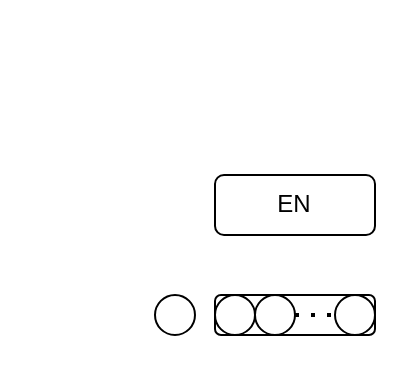
This is Untitled Diagram.drawio from jlinleung/Cheatsheets, a draw.io file, before an edit. Source tidied: cells renumbered, new cells numbered last; positions are measured from the earlier drawing's top-left corner, leaving out a move shared by most shapes. Both pictures are drawn from the tidied source at 200%, with x=0, y=0 at pixel (154, 174). Pictures stored in the file or linked from it are replaced by grey dashed boxes.
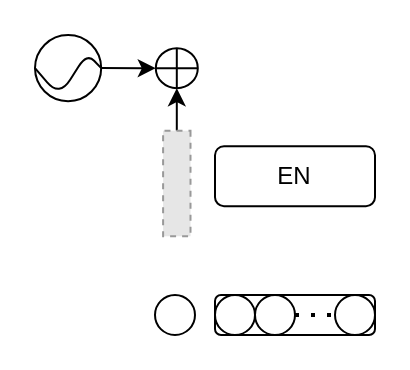
The same page after the edit.

What changed in the source:
```diff
@@
 <mxGraphModel>
   <root>
     <mxCell id="0" />
     <mxCell id="1" parent="0" />
     <mxCell id="2" style="rounded=1;whiteSpace=wrap;html=1;" parent="1" vertex="1">
       <mxGeometry x="30" y="60" width="80" height="20" as="geometry" />
     </mxCell>
     <mxCell id="3" style="ellipse;whiteSpace=wrap;html=1;" parent="1" vertex="1">
       <mxGeometry y="60" width="20" height="20" as="geometry" />
     </mxCell>
     <mxCell id="4" style="ellipse;whiteSpace=wrap;html=1;" parent="1" vertex="1">
       <mxGeometry x="30" y="60" width="20" height="20" as="geometry" />
     </mxCell>
     <mxCell id="5" style="ellipse;whiteSpace=wrap;html=1;" parent="1" vertex="1">
       <mxGeometry x="50" y="60" width="20" height="20" as="geometry" />
     </mxCell>
     <mxCell id="6" style="ellipse;whiteSpace=wrap;html=1;" parent="1" vertex="1">
       <mxGeometry x="90" y="60" width="20" height="20" as="geometry" />
     </mxCell>
     <mxCell id="7" style="endArrow=none;dashed=1;html=1;dashPattern=1 3;strokeWidth=2;exitX=1;exitY=0.5;exitDx=0;exitDy=0;entryX=0;entryY=0.5;entryDx=0;entryDy=0;" parent="1" edge="1" source="5" target="6">
       <mxGeometry relative="1" as="geometry" />
     </mxCell>
     <mxCell id="8" value="EN" style="rounded=1;whiteSpace=wrap;html=1;" parent="1" vertex="1">
-      <mxGeometry x="30" width="80" height="30" as="geometry" />
+      <mxGeometry x="30" y="-14.4" width="80" height="30" as="geometry" />
     </mxCell>
+    <mxCell id="9" style="edgeStyle=orthogonalEdgeStyle;rounded=0;jettySize=auto;html=1;exitX=0;exitY=0.5;exitDx=0;exitDy=0;entryX=0.5;entryY=1;entryDx=0;entryDy=0;" parent="1" edge="1" source="10" target="11">
+      <mxGeometry relative="1" as="geometry" />
+    </mxCell>
+    <mxCell id="10" style="fillColor=#E6E6E6;strokeColor=#999999;dashed=1;verticalLabelPosition=bottom;labelBackgroundColor=#ffffff;verticalAlign=top;rotation=90;" parent="1" vertex="1">
+      <mxGeometry x="-15.5" y="-2.6" width="52.8" height="13.7" as="geometry" />
+    </mxCell>
+    <mxCell id="11" style="shape=orEllipse;perimeter=ellipsePerimeter;whiteSpace=wrap;html=1;backgroundOutline=1;" parent="1" vertex="1">
+      <mxGeometry x="0.4" y="-63.4" width="21" height="20" as="geometry" />
+    </mxCell>
+    <mxCell id="12" style="group;strokeWidth=3;" parent="1" vertex="1">
+      <mxGeometry x="-60" y="-70" width="35.9" height="40" as="geometry" />
+    </mxCell>
+    <mxCell id="13" style="ellipse;whiteSpace=wrap;html=1;" parent="12" vertex="1">
+      <mxGeometry width="33.1" height="33.1" as="geometry" />
+    </mxCell>
+    <mxCell id="14" style="endArrow=none;html=1;exitX=0;exitY=0.5;exitDx=0;exitDy=0;entryX=1;entryY=0.5;entryDx=0;entryDy=0;" parent="12" edge="1" source="13" target="13">
+      <mxGeometry relative="1" as="geometry">
+        <Array as="points">
+          <mxPoint x="12.2" y="30.8" />
+          <mxPoint x="26" y="9.2" />
+        </Array>
+      </mxGeometry>
+    </mxCell>
+    <mxCell id="15" style="endArrow=classic;html=1;exitX=1;exitY=0.5;exitDx=0;exitDy=0;entryX=0;entryY=0.5;entryDx=0;entryDy=0;" parent="1" edge="1" source="13" target="11">
+      <mxGeometry relative="1" as="geometry" />
+    </mxCell>
   </root>
 </mxGraphModel>
```
